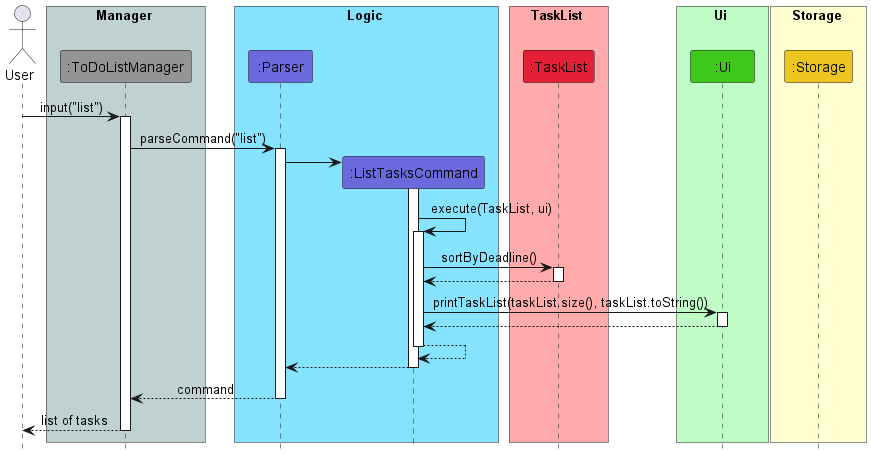
Before: docs/images/ListTasksCommandSequence.png, a diagram exported from PlantUML (nus-cs2113-AY2223S2/tp).
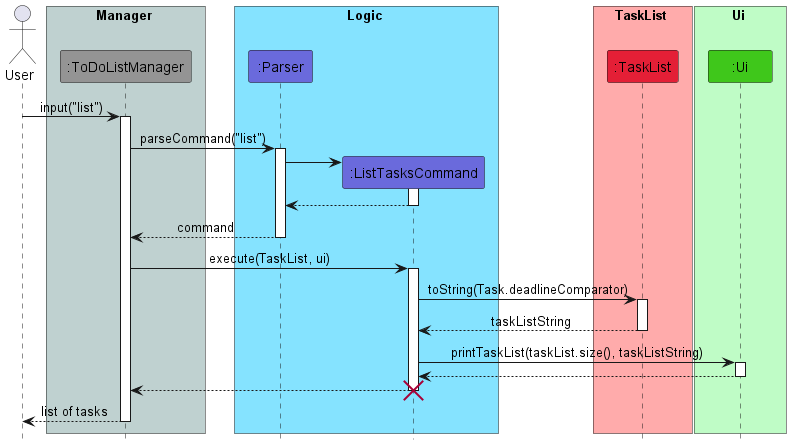
After the commit.

Diff of the diagram source:
```diff
@@ -20,10 +20,6 @@
 participant ":Ui" as Ui COLOR_UI
 end box
 
-box Storage COLOR_STORAGE_LIGHT
-participant ":Storage" as Storage COLOR_STORAGE
-end box
-
 User -> ToDoListManager: input("list")
 activate ToDoListManager
 ToDoListManager -> Parser : parseCommand("list")
@@ -31,23 +27,23 @@
 create ListTasksCommand
 Parser -> ListTasksCommand
 activate ListTasksCommand
-ListTasksCommand -> ListTasksCommand : execute(TaskList, ui)
+ListTasksCommand --> Parser
+deactivate ListTasksCommand
+Parser --> ToDoListManager: command
+deactivate Parser
+ToDoListManager -> ListTasksCommand : execute(TaskList, ui)
 activate ListTasksCommand
-ListTasksCommand -> TaskList : sortByDeadline()
+ListTasksCommand -> TaskList : toString(Task.deadlineComparator)
 activate TaskList
-TaskList --> ListTasksCommand
+TaskList --> ListTasksCommand : taskListString
 deactivate TaskList
-ListTasksCommand -> Ui : printTaskList(taskList.size(), taskList.toString())
+ListTasksCommand -> Ui : printTaskList(taskList.size(), taskListString)
 activate Ui
 Ui --> ListTasksCommand
 deactivate Ui
-ListTasksCommand --> ListTasksCommand
+ListTasksCommand --> ToDoListManager
 deactivate ListTasksCommand
-ListTasksCommand --> Parser
-deactivate ListTasksCommand
-Parser --> ToDoListManager : command
-deactivate Parser
-deactivate ListTasksCommand
+destroy ListTasksCommand
 ToDoListManager --> User : list of tasks
 deactivate ToDoListManager
 @enduml
```
